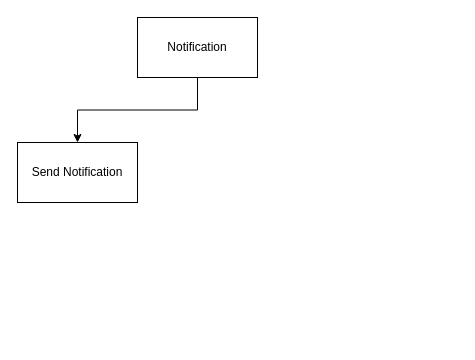
Earlier version of the draw.io diagram diagrams/FDD/Notification FDD.drawio (Apollo-LW/Apollo-LW). Source tidied: cells renumbered, new cells numbered last; positions are measured from the earlier drawing's top-left corner, leaving out a move shared by most shapes. Both pictures are drawn from the tidied source at 100%, with x=0, y=0 at pixel (17, 17).
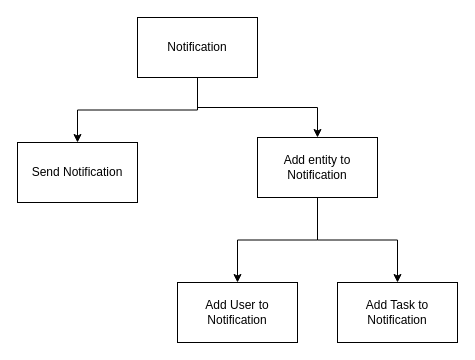
The same diagram, later.

Commit message:
Add relation functionality

What changed in the source:
```diff
@@
 <mxGraphModel>
   <root>
     <mxCell id="0" />
     <mxCell id="1" parent="0" />
     <mxCell id="2" style="edgeStyle=orthogonalEdgeStyle;rounded=0;jettySize=auto;html=1;entryX=0.5;entryY=0;entryDx=0;entryDy=0;" parent="1" edge="1" source="3" target="4">
       <mxGeometry relative="1" as="geometry" />
     </mxCell>
+    <mxCell id="5" style="edgeStyle=orthogonalEdgeStyle;rounded=0;jettySize=auto;html=1;entryX=0.5;entryY=0;entryDx=0;entryDy=0;" parent="1" edge="1" source="3" target="8">
+      <mxGeometry relative="1" as="geometry" />
+    </mxCell>
     <mxCell id="3" value="Notification" style="rounded=0;whiteSpace=wrap;html=1;" parent="1" vertex="1">
       <mxGeometry x="120" width="120" height="60" as="geometry" />
     </mxCell>
     <mxCell id="4" value="Send Notification" style="rounded=0;whiteSpace=wrap;html=1;" parent="1" vertex="1">
       <mxGeometry y="125" width="120" height="60" as="geometry" />
     </mxCell>
+    <mxCell id="6" style="edgeStyle=orthogonalEdgeStyle;rounded=0;jettySize=auto;html=1;entryX=0.5;entryY=0;entryDx=0;entryDy=0;" parent="1" edge="1" source="8" target="9">
+      <mxGeometry relative="1" as="geometry" />
+    </mxCell>
+    <mxCell id="7" style="edgeStyle=orthogonalEdgeStyle;rounded=0;jettySize=auto;html=1;entryX=0.5;entryY=0;entryDx=0;entryDy=0;" parent="1" edge="1" source="8" target="10">
+      <mxGeometry relative="1" as="geometry" />
+    </mxCell>
+    <mxCell id="8" value="Add entity to Notification" style="rounded=0;whiteSpace=wrap;html=1;" parent="1" vertex="1">
+      <mxGeometry x="240" y="120" width="120" height="60" as="geometry" />
+    </mxCell>
+    <mxCell id="9" value="Add User to Notification" style="rounded=0;whiteSpace=wrap;html=1;" parent="1" vertex="1">
+      <mxGeometry x="160" y="265" width="120" height="60" as="geometry" />
+    </mxCell>
+    <mxCell id="10" value="Add Task to Notification" style="rounded=0;whiteSpace=wrap;html=1;" parent="1" vertex="1">
+      <mxGeometry x="320" y="265" width="120" height="60" as="geometry" />
+    </mxCell>
   </root>
 </mxGraphModel>
```
